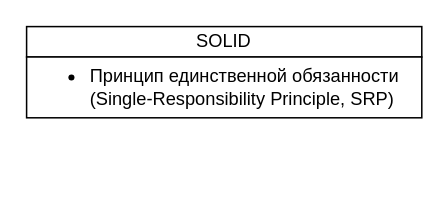
AndreyN1991/angular-tour-of-heroes keeps this draw.io diagram as crib.drawio. Above is the earlier version. Source tidied: cells renumbered, new cells numbered last; positions are measured from the earlier drawing's top-left corner, leaving out a move shared by most shapes. Both pictures are drawn from the tidied source at 152%, with x=0, y=0 at pixel (26, 26).
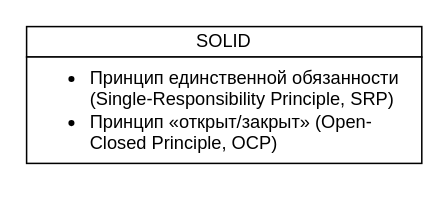
After the change.

Diff of the diagram source:
```diff
@@
 <mxGraphModel>
   <root>
     <mxCell id="0" />
     <mxCell id="1" parent="0" />
     <mxCell id="2" value="SOLID" style="rounded=0;whiteSpace=wrap;html=1;" parent="1" vertex="1">
       <mxGeometry width="260" height="20" as="geometry" />
     </mxCell>
-    <mxCell id="3" value="&lt;ul&gt;&lt;li&gt;Принцип единственной обязанности (Single-Responsibility Principle, SRP)&lt;br&gt;&lt;/li&gt;&lt;/ul&gt;" style="rounded=0;whiteSpace=wrap;html=1;align=left;" parent="1" vertex="1">
-      <mxGeometry y="20" width="260" height="40" as="geometry" />
+    <mxCell id="3" value="&lt;ul&gt;&lt;li&gt;Принцип единственной обязанности (Single-Responsibility Principle, SRP)&lt;br&gt;&lt;/li&gt;&lt;li&gt;Принцип «открыт/закрыт» (Open-Closed Principle, OCP)&lt;br&gt;&lt;/li&gt;&lt;/ul&gt;" style="rounded=0;whiteSpace=wrap;html=1;align=left;" parent="1" vertex="1">
+      <mxGeometry y="20" width="260" height="70" as="geometry" />
     </mxCell>
   </root>
 </mxGraphModel>
```
